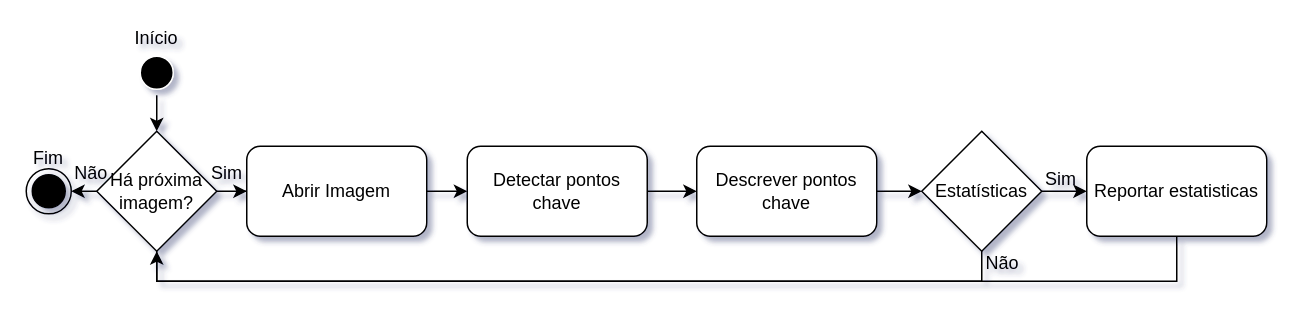
Before: page "Fluxo_imagens" (3 of 6) of Final_Diagrams.drawio in tatorj/Tcc, a draw.io diagram. Source tidied: cells renumbered, new cells numbered last; positions are measured from the earlier drawing's top-left corner, leaving out a move shared by most shapes. Both pictures are drawn from the tidied source at 150%, with x=0, y=0 at pixel (26, 26).
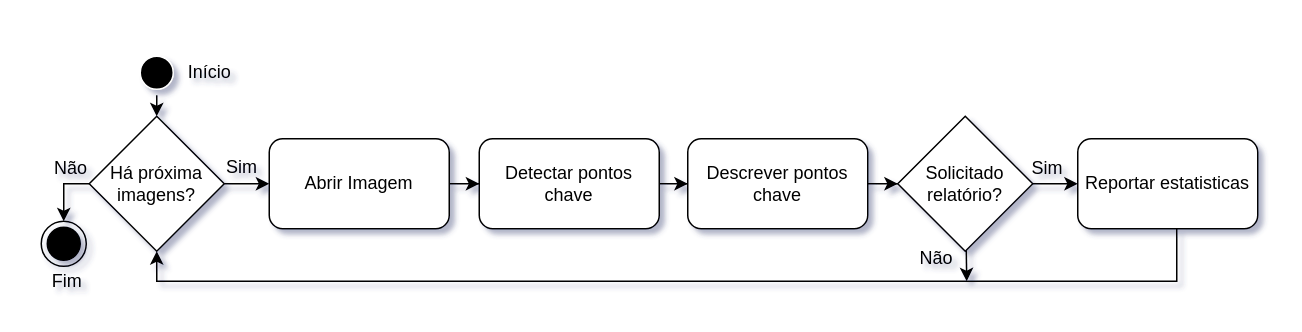
After the change.

What changed in the source:
```diff
@@
+    <mxCell id="20" value="Sim" style="text;html=1;strokeColor=none;fillColor=none;align=center;verticalAlign=middle;whiteSpace=wrap;rounded=0;fontSize=12;" parent="1" vertex="1">
+      <mxGeometry x="114" y="79" width="60" height="30" as="geometry" />
+    </mxCell>
+    <mxCell id="19" value="Não" style="text;html=1;strokeColor=none;fillColor=none;align=center;verticalAlign=middle;whiteSpace=wrap;rounded=0;fontSize=12;" parent="1" vertex="1">
+      <mxGeometry x="577" y="140" width="60" height="30" as="geometry" />
+    </mxCell>
-    <mxCell id="2" style="edgeStyle=orthogonalEdgeStyle;rounded=0;jettySize=auto;html=1;" parent="1" edge="1" source="3" target="5">
+    <mxCell id="2" style="edgeStyle=orthogonalEdgeStyle;rounded=0;jettySize=auto;html=1;fontSize=12;" parent="1" edge="1" source="3" target="5">
       <mxGeometry relative="1" as="geometry" />
     </mxCell>
-    <mxCell id="3" value="Abrir Imagem" style="rounded=1;whiteSpace=wrap;html=1;" parent="1" vertex="1">
-      <mxGeometry x="147" y="80" width="120" height="60" as="geometry" />
+    <mxCell id="3" value="Abrir Imagem" style="rounded=1;whiteSpace=wrap;html=1;fontSize=12;" parent="1" vertex="1">
+      <mxGeometry x="162" y="75" width="120" height="60" as="geometry" />
     </mxCell>
-    <mxCell id="4" style="edgeStyle=orthogonalEdgeStyle;rounded=0;jettySize=auto;html=1;" parent="1" edge="1" source="5" target="7">
+    <mxCell id="4" style="edgeStyle=orthogonalEdgeStyle;rounded=0;jettySize=auto;html=1;fontSize=12;" parent="1" edge="1" source="5" target="7">
       <mxGeometry relative="1" as="geometry" />
     </mxCell>
-    <mxCell id="5" value="Detectar pontos chave" style="rounded=1;whiteSpace=wrap;html=1;" parent="1" vertex="1">
-      <mxGeometry x="294" y="80" width="120" height="60" as="geometry" />
+    <mxCell id="5" value="Detectar pontos chave" style="rounded=1;whiteSpace=wrap;html=1;fontSize=12;" parent="1" vertex="1">
+      <mxGeometry x="302" y="75" width="120" height="60" as="geometry" />
     </mxCell>
-    <mxCell id="6" style="edgeStyle=orthogonalEdgeStyle;rounded=0;jettySize=auto;html=1;" parent="1" edge="1" source="7" target="12">
+    <mxCell id="6" style="edgeStyle=orthogonalEdgeStyle;rounded=0;jettySize=auto;html=1;fontSize=12;" parent="1" edge="1" source="7" target="12">
       <mxGeometry relative="1" as="geometry" />
     </mxCell>
-    <mxCell id="7" value="Descrever pontos chave" style="whiteSpace=wrap;html=1;rounded=1;" parent="1" vertex="1">
-      <mxGeometry x="447" y="80" width="120" height="60" as="geometry" />
+    <mxCell id="7" value="Descrever pontos chave" style="whiteSpace=wrap;html=1;rounded=1;fontSize=12;" parent="1" vertex="1">
+      <mxGeometry x="441" y="75" width="120" height="60" as="geometry" />
     </mxCell>
-    <mxCell id="8" style="edgeStyle=orthogonalEdgeStyle;rounded=0;jettySize=auto;html=1;exitX=0.5;exitY=0;exitDx=0;exitDy=0;entryX=0.5;entryY=1;entryDx=0;entryDy=0;" parent="1" edge="1" source="9" target="15">
+    <mxCell id="8" style="edgeStyle=orthogonalEdgeStyle;rounded=0;jettySize=auto;html=1;exitX=0.5;exitY=0;exitDx=0;exitDy=0;entryX=0.5;entryY=1;entryDx=0;entryDy=0;fontSize=12;" parent="1" edge="1" source="9" target="15">
       <mxGeometry relative="1" as="geometry">
         <Array as="points">
           <mxPoint x="767" y="170" />
           <mxPoint x="87" y="170" />
         </Array>
       </mxGeometry>
     </mxCell>
-    <mxCell id="9" value="Reportar estatisticas" style="rounded=1;whiteSpace=wrap;html=1;" parent="1" vertex="1">
-      <mxGeometry x="707" y="80" width="120" height="60" as="geometry" />
+    <mxCell id="9" value="Reportar estatisticas" style="rounded=1;whiteSpace=wrap;html=1;fontSize=12;" parent="1" vertex="1">
+      <mxGeometry x="701" y="75" width="120" height="60" as="geometry" />
     </mxCell>
-    <mxCell id="10" style="edgeStyle=orthogonalEdgeStyle;rounded=0;jettySize=auto;html=1;" parent="1" edge="1" source="12" target="9">
+    <mxCell id="10" style="edgeStyle=orthogonalEdgeStyle;rounded=0;jettySize=auto;html=1;fontSize=12;" parent="1" edge="1" source="12" target="9">
       <mxGeometry relative="1" as="geometry" />
     </mxCell>
-    <mxCell id="11" style="edgeStyle=orthogonalEdgeStyle;rounded=0;jettySize=auto;html=1;exitX=0.5;exitY=0;exitDx=0;exitDy=0;" parent="1" edge="1" source="12">
+    <mxCell id="11" style="rounded=0;jettySize=auto;html=1;fontSize=12;" parent="1" edge="1" source="12">
       <mxGeometry relative="1" as="geometry">
-        <mxPoint x="87" y="70" as="targetPoint" />
-        <Array as="points">
-          <mxPoint x="637" y="170" />
-          <mxPoint x="87" y="170" />
-        </Array>
+        <mxPoint x="627" y="170" as="targetPoint" />
       </mxGeometry>
     </mxCell>
-    <mxCell id="12" value="Estatísticas" style="rhombus;whiteSpace=wrap;html=1;" parent="1" vertex="1">
-      <mxGeometry x="597" y="70" width="80" height="80" as="geometry" />
+    <mxCell id="12" value="&lt;font style=&quot;font-size: 12px;&quot;&gt;Solicitado&lt;br style=&quot;font-size: 12px;&quot;&gt;relatório?&lt;br style=&quot;font-size: 12px;&quot;&gt;&lt;/font&gt;" style="rhombus;whiteSpace=wrap;html=1;fontSize=12;" parent="1" vertex="1">
+      <mxGeometry x="581" y="60" width="90" height="90" as="geometry" />
     </mxCell>
-    <mxCell id="13" style="edgeStyle=orthogonalEdgeStyle;rounded=0;jettySize=auto;html=1;" parent="1" edge="1" source="15" target="3">
+    <mxCell id="13" style="edgeStyle=orthogonalEdgeStyle;rounded=0;jettySize=auto;html=1;fontSize=12;" parent="1" edge="1" source="15" target="3">
       <mxGeometry relative="1" as="geometry" />
     </mxCell>
-    <mxCell id="14" style="edgeStyle=orthogonalEdgeStyle;rounded=0;jettySize=auto;html=1;exitX=0;exitY=0.5;exitDx=0;exitDy=0;entryX=1;entryY=0.5;entryDx=0;entryDy=0;" parent="1" edge="1" source="15" target="21">
+    <mxCell id="14" style="edgeStyle=orthogonalEdgeStyle;rounded=0;jettySize=auto;html=1;exitX=0;exitY=0.5;exitDx=0;exitDy=0;entryX=0.5;entryY=0;entryDx=0;entryDy=0;fontSize=12;" parent="1" edge="1" source="15" target="21">
       <mxGeometry relative="1" as="geometry" />
     </mxCell>
-    <mxCell id="15" value="Há próxima imagem?" style="rhombus;whiteSpace=wrap;html=1;" parent="1" vertex="1">
-      <mxGeometry x="47" y="70" width="80" height="80" as="geometry" />
+    <mxCell id="15" value="&lt;font style=&quot;font-size: 12px&quot;&gt;Há próxima imagens?&lt;/font&gt;" style="rhombus;whiteSpace=wrap;html=1;fontSize=12;" parent="1" vertex="1">
+      <mxGeometry x="42" y="60" width="90" height="90" as="geometry" />
     </mxCell>
-    <mxCell id="16" style="edgeStyle=orthogonalEdgeStyle;rounded=0;jettySize=auto;html=1;exitX=0.5;exitY=1;exitDx=0;exitDy=0;entryX=0.5;entryY=0;entryDx=0;entryDy=0;" parent="1" edge="1" source="17" target="15">
+    <mxCell id="16" style="edgeStyle=orthogonalEdgeStyle;rounded=0;jettySize=auto;html=1;exitX=0.5;exitY=1;exitDx=0;exitDy=0;entryX=0.5;entryY=0;entryDx=0;entryDy=0;fontSize=12;" parent="1" edge="1" source="17" target="15">
       <mxGeometry relative="1" as="geometry" />
     </mxCell>
-    <mxCell id="17" style="ellipse;html=1;shape=startState;fillColor=#000000;strokeColor=#FFFFFF;" parent="1" vertex="1">
+    <mxCell id="17" style="ellipse;html=1;shape=startState;fillColor=#000000;strokeColor=#FFFFFF;fontSize=12;" parent="1" vertex="1">
       <mxGeometry x="72" y="16" width="30" height="30" as="geometry" />
     </mxCell>
-    <mxCell id="18" value="Sim" style="text;html=1;strokeColor=none;fillColor=none;align=center;verticalAlign=middle;whiteSpace=wrap;rounded=0;" parent="1" vertex="1">
-      <mxGeometry x="675" y="92" width="30" height="20" as="geometry" />
+    <mxCell id="18" value="Sim" style="text;html=1;strokeColor=none;fillColor=none;align=center;verticalAlign=middle;whiteSpace=wrap;rounded=0;fontSize=12;" parent="1" vertex="1">
+      <mxGeometry x="651" y="80" width="60" height="30" as="geometry" />
     </mxCell>
-    <mxCell id="19" value="Não" style="text;html=1;strokeColor=none;fillColor=none;align=center;verticalAlign=middle;whiteSpace=wrap;rounded=0;" parent="1" vertex="1">
-      <mxGeometry x="639" y="150" width="24" height="16" as="geometry" />
-    </mxCell>
-    <mxCell id="20" value="Sim" style="text;html=1;strokeColor=none;fillColor=none;align=center;verticalAlign=middle;whiteSpace=wrap;rounded=0;" parent="1" vertex="1">
-      <mxGeometry x="104" y="83" width="60" height="30" as="geometry" />
-    </mxCell>
-    <mxCell id="21" style="ellipse;html=1;shape=endState;fillColor=#000000;strokeColor=#000000;" parent="1" vertex="1">
-      <mxGeometry y="95" width="30" height="30" as="geometry" />
+    <mxCell id="21" style="ellipse;html=1;shape=endState;fillColor=#000000;strokeColor=#000000;fontSize=12;" parent="1" vertex="1">
+      <mxGeometry x="10" y="130" width="30" height="30" as="geometry" />
     </mxCell>
-    <mxCell id="22" value="Não" style="text;html=1;strokeColor=none;fillColor=none;align=center;verticalAlign=middle;whiteSpace=wrap;rounded=0;" parent="1" vertex="1">
-      <mxGeometry x="30" y="90" width="27" height="16" as="geometry" />
+    <mxCell id="22" value="Não" style="text;html=1;strokeColor=none;fillColor=none;align=center;verticalAlign=middle;whiteSpace=wrap;rounded=0;fontSize=12;" parent="1" vertex="1">
+      <mxGeometry y="80" width="60" height="30" as="geometry" />
     </mxCell>
-    <mxCell id="23" value="Início" style="text;html=1;strokeColor=none;fillColor=none;align=center;verticalAlign=middle;whiteSpace=wrap;rounded=0;" parent="1" vertex="1">
-      <mxGeometry x="72" width="30" height="16" as="geometry" />
+    <mxCell id="23" value="Início" style="text;html=1;align=center;verticalAlign=middle;strokeColor=none;fillColor=none;fontSize=12;" parent="1" vertex="1">
+      <mxGeometry x="102" y="21" width="40" height="20" as="geometry" />
     </mxCell>
-    <mxCell id="24" value="Fim" style="text;html=1;strokeColor=none;fillColor=none;align=center;verticalAlign=middle;whiteSpace=wrap;rounded=0;" parent="1" vertex="1">
-      <mxGeometry y="83" width="30" height="10" as="geometry" />
+    <mxCell id="24" value="Fim" style="text;html=1;align=center;verticalAlign=middle;strokeColor=none;fillColor=none;fontSize=12;" parent="1" vertex="1">
+      <mxGeometry x="7" y="160" width="40" height="20" as="geometry" />
     </mxCell>
```
